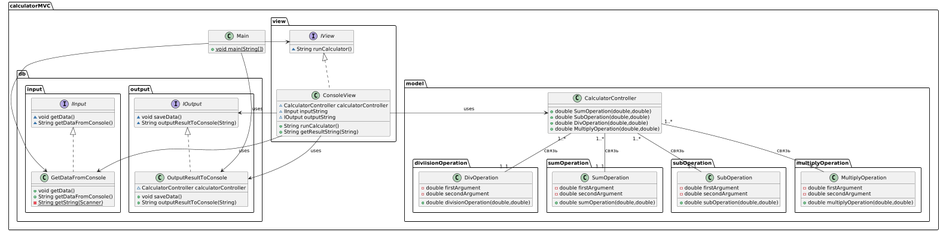
Above: HomeWork_5/Sourse/calculatorMVC.png in vlad722011/SoftwareArchitectureHomeworks (PlantUML), before the change.
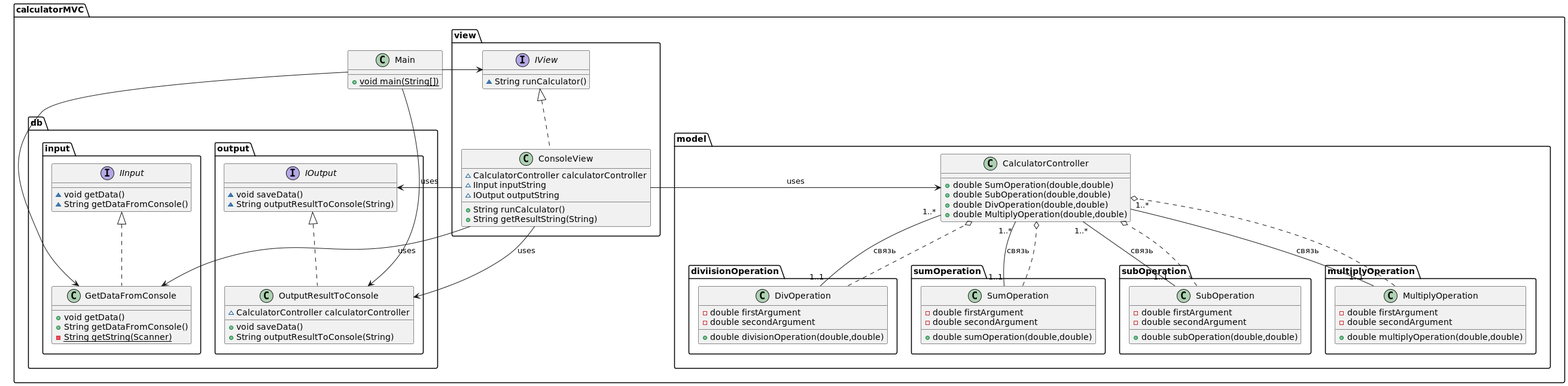
The same file after the commit.

The edit, as a diff of the source:
```diff
@@ -43,24 +43,28 @@
 - double secondArgument
 + double divisionOperation(double,double)
 }
+calculatorMVC.model.diviisionOperation.DivOperation ..o calculatorMVC.model.CalculatorController
 
 class calculatorMVC.model.sumOperation.SumOperation {
 - double firstArgument
 - double secondArgument
 + double sumOperation(double,double)
 }
+calculatorMVC.model.sumOperation.SumOperation ..o calculatorMVC.model.CalculatorController
 
 class calculatorMVC.model.subOperation.SubOperation {
 - double firstArgument
 - double secondArgument
 + double subOperation(double,double)
 }
+calculatorMVC.model.subOperation.SubOperation ..o calculatorMVC.model.CalculatorController
 
 class calculatorMVC.model.multiplyOperation.MultiplyOperation {
 - double firstArgument
 - double secondArgument
 + double multiplyOperation(double,double)
 }
+calculatorMVC.model.multiplyOperation.MultiplyOperation ..o calculatorMVC.model.CalculatorController
 
 class calculatorMVC.view.ConsoleView {
 ~ CalculatorController calculatorController
```
